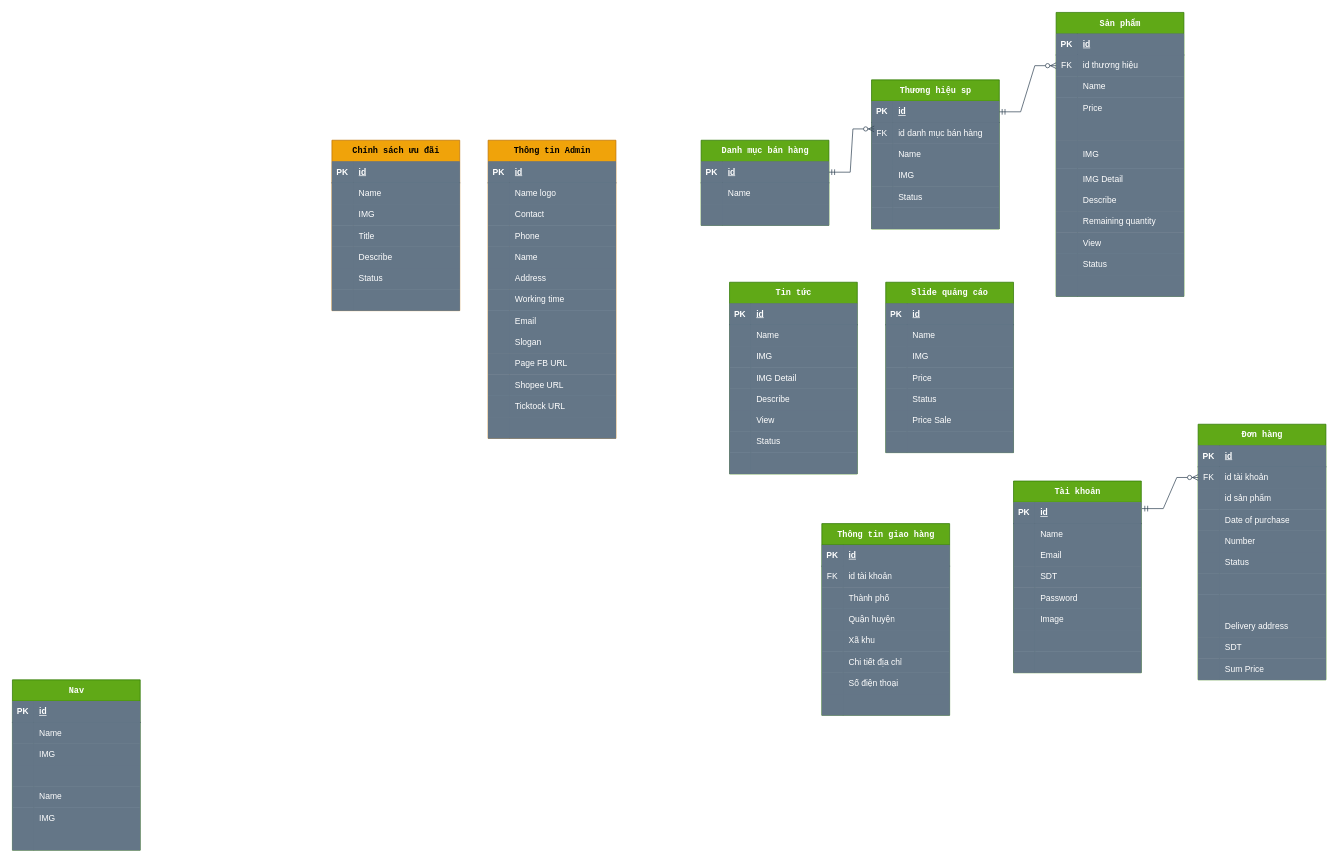
Earlier version of the draw.io diagram ERD.drawio (Nguyenhuan197/ZMobile). Source tidied: cells renumbered, new cells numbered last; positions are measured from the earlier drawing's top-left corner, leaving out a move shared by most shapes. Both pictures are drawn from the tidied source at 71%, with x=0, y=0 at pixel (12, 12).
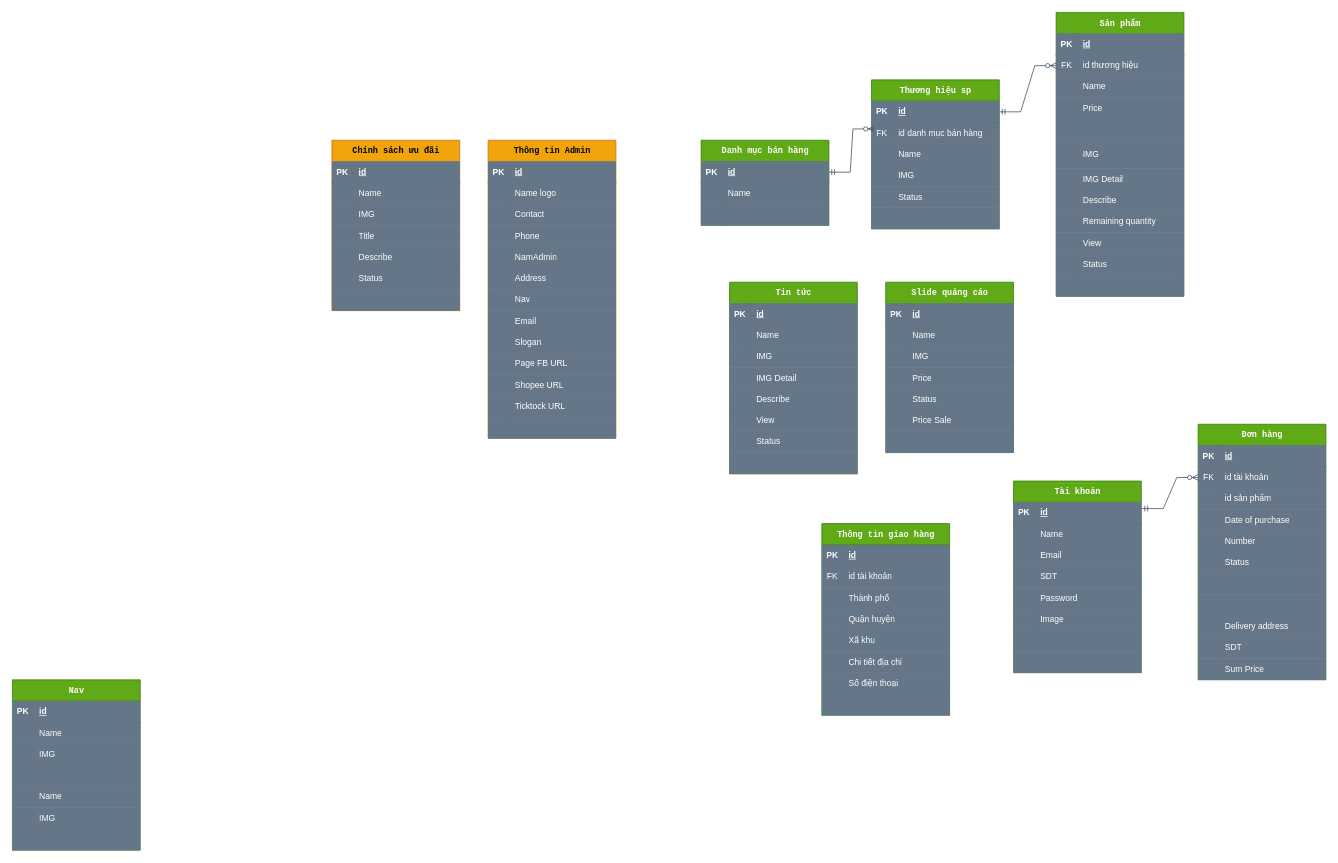
After the change.

The change refers to these unchanged cells:
```xml
<mxCell id="189" style="shape=tableRow;horizontal=0;startSize=0;swimlaneHead=0;swimlaneBody=0;fillColor=#647687;top=0;left=0;right=0;bottom=0;strokeColor=#314354;fontColor=#ffffff;" parent="176" vertex="1">
  <mxGeometry y="150" width="180" height="30" as="geometry" />
</mxCell>
<mxCell id="195" style="shape=tableRow;horizontal=0;startSize=0;swimlaneHead=0;swimlaneBody=0;fillColor=#647687;top=0;left=0;right=0;bottom=0;strokeColor=#314354;fontColor=#ffffff;" parent="176" vertex="1">
  <mxGeometry y="210" width="180" height="30" as="geometry" />
</mxCell>
```

What changed in the source:
```diff
@@
-    <mxCell id="191" value="Name" style="shape=partialRectangle;fillColor=#647687;top=0;left=0;bottom=0;right=0;align=left;spacingLeft=6;overflow=hidden;whiteSpace=wrap;html=1;strokeColor=#314354;fontColor=#ffffff;" parent="189" vertex="1">
+    <mxCell id="191" value="NamAdmin" style="shape=partialRectangle;fillColor=#647687;top=0;left=0;bottom=0;right=0;align=left;spacingLeft=6;overflow=hidden;whiteSpace=wrap;html=1;strokeColor=#314354;fontColor=#ffffff;" parent="189" vertex="1">
       <mxGeometry x="30" width="150" height="30" as="geometry" />
     </mxCell>
@@
-    <mxCell id="197" value="Working time" style="shape=partialRectangle;fillColor=#647687;top=0;left=0;bottom=0;right=0;align=left;spacingLeft=6;overflow=hidden;whiteSpace=wrap;html=1;strokeColor=#314354;fontColor=#ffffff;" parent="195" vertex="1">
+    <mxCell id="197" value="Nav" style="shape=partialRectangle;fillColor=#647687;top=0;left=0;bottom=0;right=0;align=left;spacingLeft=6;overflow=hidden;whiteSpace=wrap;html=1;strokeColor=#314354;fontColor=#ffffff;" parent="195" vertex="1">
       <mxGeometry x="30" width="150" height="30" as="geometry" />
     </mxCell>
```
